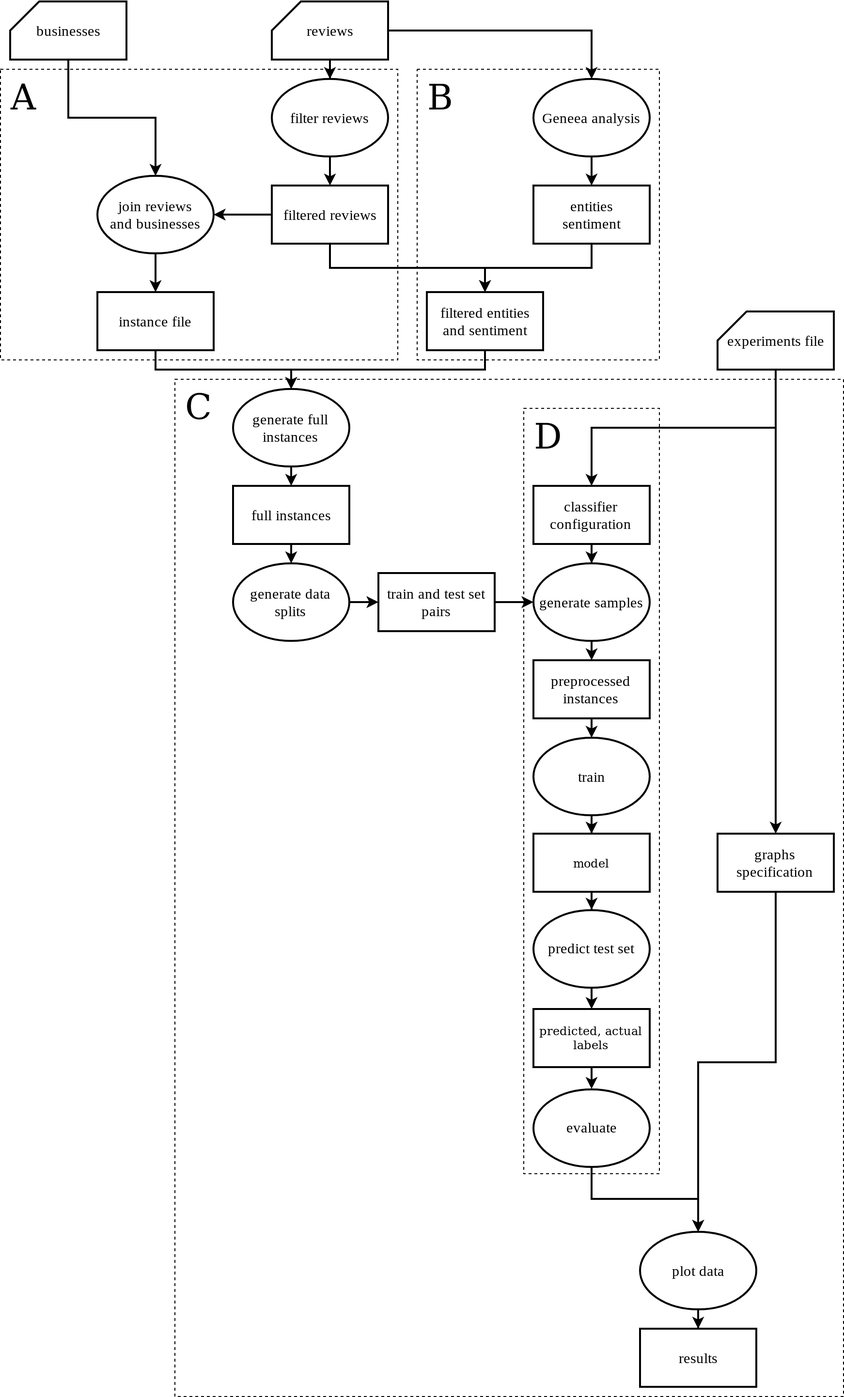
knezi/bachelor_thesis keeps this draw.io diagram as diplomky/en/figures/conceptual_design.png. Above is the earlier version. Source tidied: cells renumbered, new cells last; positions are measured from the earlier drawing's top-left corner, leaving out a move shared by most shapes.
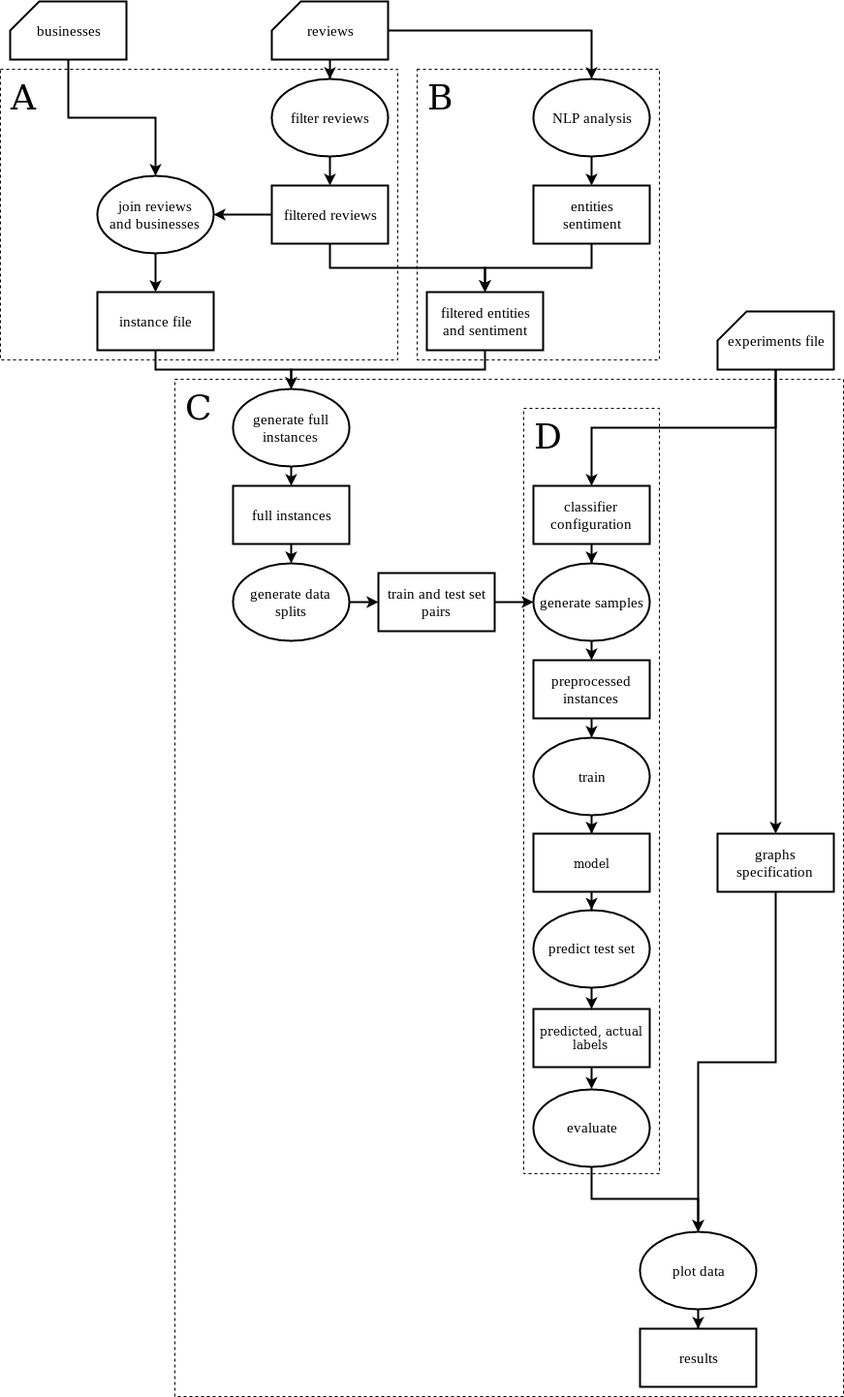
The same file after the commit.

The edit, as a diff of the source:
```diff
@@ -29,7 +29,7 @@
     <mxCell id="10" style="edgeStyle=orthogonalEdgeStyle;rounded=0;jettySize=auto;html=1;fontFamily=Times New Roman;fontSize=15;strokeWidth=2;" parent="1" edge="1" source="11" target="16">
       <mxGeometry relative="1" as="geometry" />
     </mxCell>
-    <mxCell id="11" value="Geneea analysis" style="ellipse;whiteSpace=wrap;html=1;fontFamily=Times New Roman;fontSize=15;strokeWidth=2;" parent="1" vertex="1">
+    <mxCell id="11" value="&lt;div&gt;NLP analysis&lt;/div&gt;" style="ellipse;whiteSpace=wrap;html=1;fontFamily=Times New Roman;fontSize=15;strokeWidth=2;" parent="1" vertex="1">
       <mxGeometry x="550" y="80" width="120" height="80" as="geometry" />
     </mxCell>
     <mxCell id="12" style="edgeStyle=orthogonalEdgeStyle;rounded=0;jettySize=auto;html=1;fontFamily=Times New Roman;fontSize=15;strokeWidth=2;" parent="1" edge="1" source="14" target="20">
```
